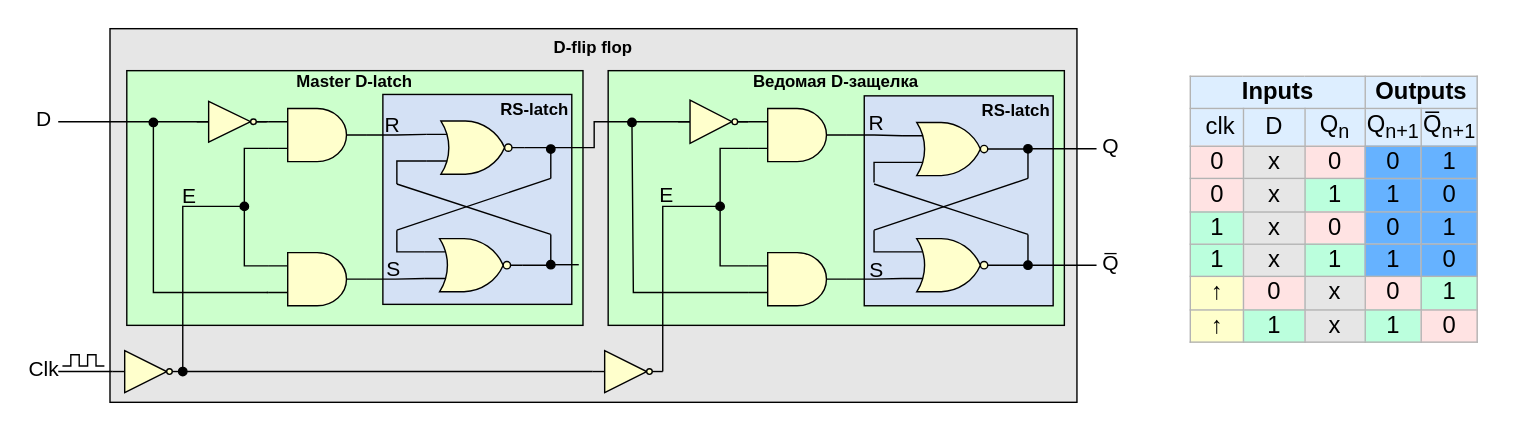
This is .pic/Introduction/Sequential logic/fig_05.drawio.svg from MPSU/APS, a draw.io export, as it was before one commit. Source tidied: cells renumbered, new cells last; positions are measured from the earlier drawing's top-left corner, leaving out a move shared by most shapes.
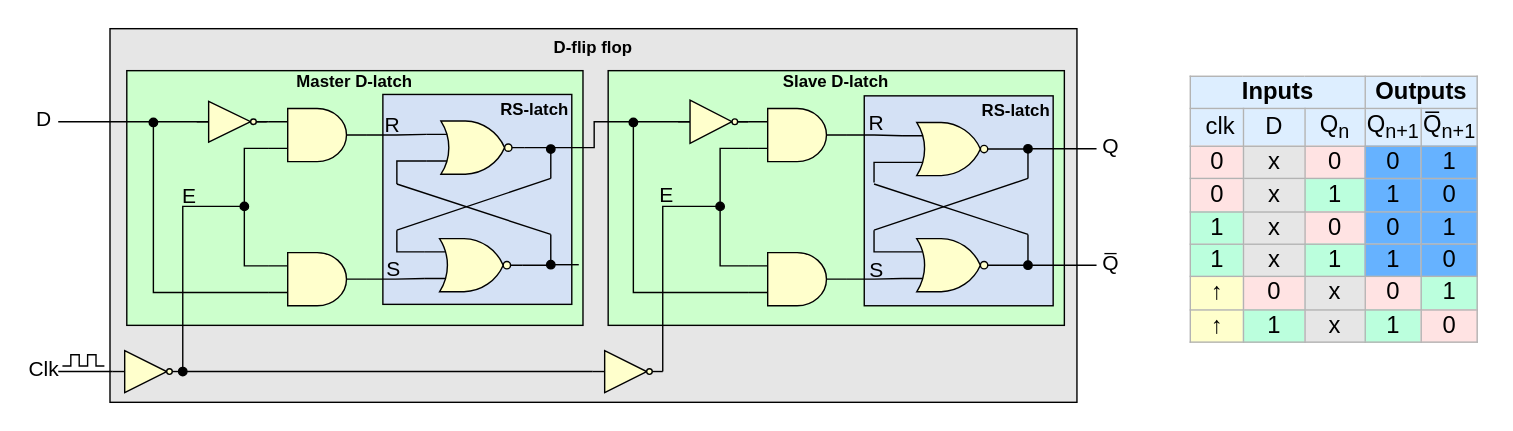
After the commit.

Commit message:
feat(APS): fix of photo with latch

Change to the diagram source:
```diff
@@ -5,7 +5,7 @@
     <mxCell id="2" value="D-flip flop" style="rounded=0;whiteSpace=wrap;html=1;fillColor=#E6E6E6;verticalAlign=top;fontStyle=1;" parent="1" vertex="1">
       <mxGeometry x="57" width="691" height="267" as="geometry" />
     </mxCell>
-    <mxCell id="3" value="Ведомая D-защелка" style="rounded=0;whiteSpace=wrap;html=1;labelBackgroundColor=none;fillColor=#CCFFCC;verticalAlign=top;spacingTop=-6;fontStyle=1;" parent="1" vertex="1">
+    <mxCell id="3" value="Slave D-latch" style="rounded=0;whiteSpace=wrap;html=1;labelBackgroundColor=none;fillColor=#CCFFCC;verticalAlign=top;spacingTop=-6;fontStyle=1;" parent="1" vertex="1">
       <mxGeometry x="413" y="30" width="326" height="182" as="geometry" />
     </mxCell>
     <mxCell id="4" value="RS-latch" style="rounded=0;whiteSpace=wrap;html=1;fillColor=#D4E1F5;verticalAlign=top;align=right;spacingTop=-3;fontStyle=1;" parent="1" vertex="1">
```
